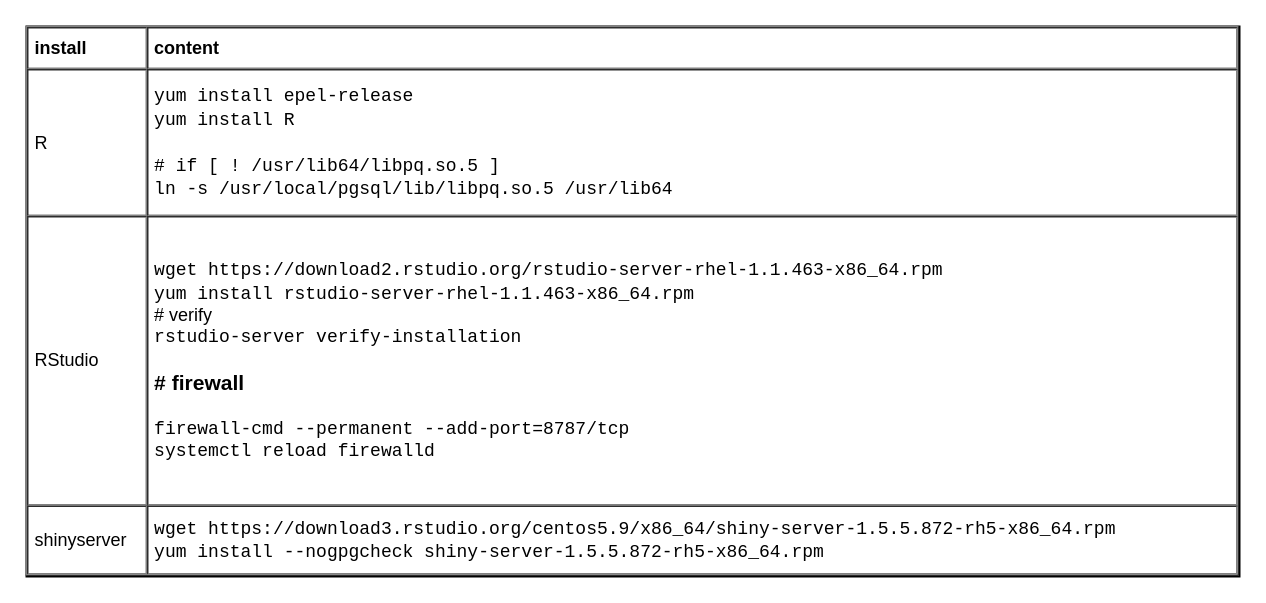
Above: page "Install" (2 of 6) of languages/R/R.drawio in yangdj/tf_docs (draw.io), before the change. Source tidied: cells renumbered, new cells numbered last; positions are measured from the earlier drawing's top-left corner, leaving out a move shared by most shapes. Both pictures are drawn from the tidied source at 150%, with x=0, y=0 at pixel (26, 26).
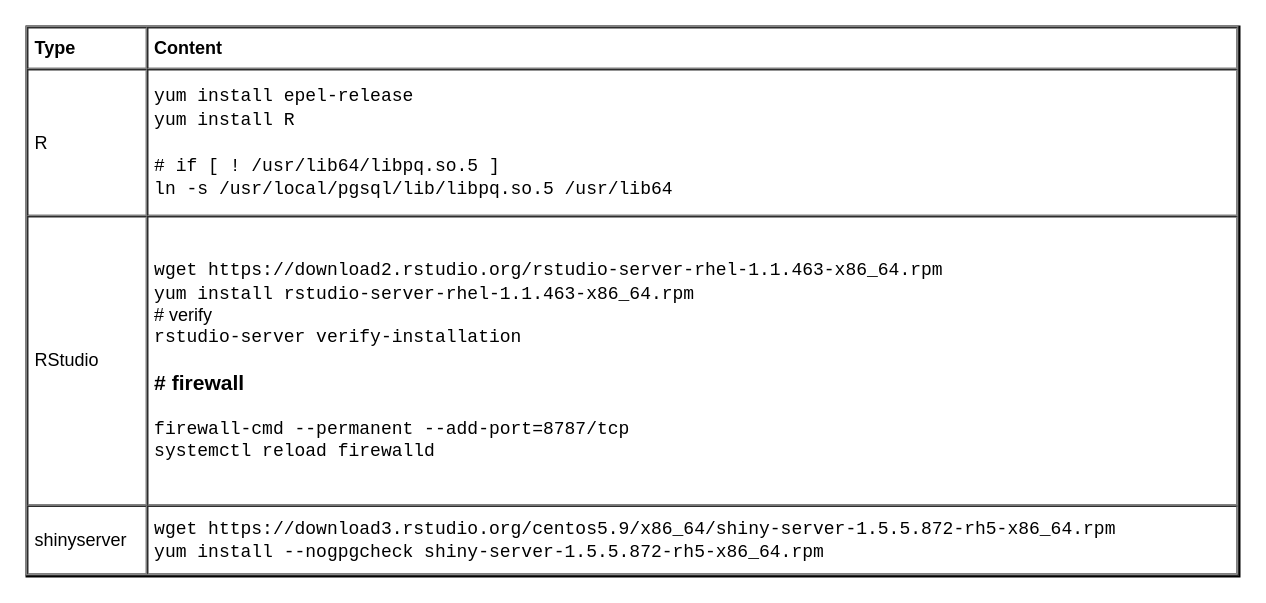
Above is the later version.

Diff of the diagram source:
```diff
@@
 <mxGraphModel>
   <root>
     <mxCell id="0" />
     <mxCell id="1" parent="0" />
-    <mxCell id="2" value="&lt;table cellpadding=&quot;4&quot; cellspacing=&quot;0&quot; border=&quot;1&quot; style=&quot;font-size: 1em ; width: 100% ; height: 100%&quot;&gt;&lt;tbody&gt;&lt;tr&gt;&lt;th&gt;install&lt;/th&gt;&lt;th&gt;content&lt;/th&gt;&lt;/tr&gt;&lt;tr&gt;&lt;td&gt;R&lt;/td&gt;&lt;td&gt;&lt;font face=&quot;Courier New&quot;&gt;yum install epel-release&lt;br&gt;yum install R&lt;br&gt;&lt;br&gt;# if [ ! /usr/lib64/libpq.so.5 ]&lt;br&gt;ln -s /usr/local/pgsql/lib/libpq.so.5 /usr/lib64&lt;/font&gt;&lt;/td&gt;&lt;/tr&gt;&lt;tr&gt;&lt;td&gt;RStudio&lt;/td&gt;&lt;td&gt;&lt;p&gt;&lt;span style=&quot;font-family: &amp;#34;courier new&amp;#34; ; font-size: 1em&quot;&gt;wget https://download2.rstudio.org/rstudio-server-rhel-1.1.463-x86_64.rpm&lt;/span&gt;&lt;br&gt;&lt;span style=&quot;font-family: &amp;#34;courier new&amp;#34; ; font-size: 1em&quot;&gt;yum install rstudio-server-rhel-1.1.463-x86_64.rpm&lt;/span&gt;&lt;br&gt;&lt;span style=&quot;font-size: 1em&quot;&gt;# verify&lt;/span&gt;&lt;br&gt;&lt;span style=&quot;font-family: &amp;#34;courier new&amp;#34; ; font-size: 1em&quot;&gt;rstudio-server verify-installation&lt;/span&gt;&lt;br&gt;&lt;/p&gt;&lt;p&gt;&lt;/p&gt;&lt;p&gt;&lt;/p&gt;&lt;h3&gt;&lt;span style=&quot;font-size: 1em&quot;&gt;# firewall&lt;/span&gt;&lt;/h3&gt;&lt;p&gt;&lt;span style=&quot;font-family: &amp;#34;courier new&amp;#34; ; font-size: 1em&quot;&gt;firewall-cmd --permanent --add-port=8787/tcp&lt;/span&gt;&lt;br&gt;&lt;span style=&quot;font-family: &amp;#34;courier new&amp;#34; ; font-size: 1em&quot;&gt;systemctl reload firewalld&lt;/span&gt;&lt;br&gt;&lt;/p&gt;&lt;p&gt;&lt;/p&gt;&lt;/td&gt;&lt;/tr&gt;&lt;tr&gt;&lt;td&gt;shinyserver&lt;/td&gt;&lt;td&gt;&lt;font face=&quot;Courier New&quot;&gt;wget https://download3.rstudio.org/centos5.9/x86_64/shiny-server-1.5.5.872-rh5-x86_64.rpm&lt;br&gt;yum install --nogpgcheck shiny-server-1.5.5.872-rh5-x86_64.rpm&lt;/font&gt;&lt;br&gt;&lt;/td&gt;&lt;/tr&gt;&lt;/tbody&gt;&lt;/table&gt; " style="verticalAlign=top;align=left;overflow=fill;fontSize=12;fontFamily=Helvetica;html=1;fillColor=none;" parent="1" vertex="1">
+    <mxCell id="2" value="&lt;table cellpadding=&quot;4&quot; cellspacing=&quot;0&quot; border=&quot;1&quot; style=&quot;font-size: 1em ; width: 100% ; height: 100%&quot;&gt;&lt;tbody&gt;&lt;tr&gt;&lt;th&gt;Type&lt;/th&gt;&lt;th&gt;Content&lt;/th&gt;&lt;/tr&gt;&lt;tr&gt;&lt;td&gt;R&lt;/td&gt;&lt;td&gt;&lt;font face=&quot;Courier New&quot;&gt;yum install epel-release&lt;br&gt;yum install R&lt;br&gt;&lt;br&gt;# if [ ! /usr/lib64/libpq.so.5 ]&lt;br&gt;ln -s /usr/local/pgsql/lib/libpq.so.5 /usr/lib64&lt;/font&gt;&lt;/td&gt;&lt;/tr&gt;&lt;tr&gt;&lt;td&gt;RStudio&lt;/td&gt;&lt;td&gt;&lt;p&gt;&lt;span style=&quot;font-family: &amp;#34;courier new&amp;#34; ; font-size: 1em&quot;&gt;wget https://download2.rstudio.org/rstudio-server-rhel-1.1.463-x86_64.rpm&lt;/span&gt;&lt;br&gt;&lt;span style=&quot;font-family: &amp;#34;courier new&amp;#34; ; font-size: 1em&quot;&gt;yum install rstudio-server-rhel-1.1.463-x86_64.rpm&lt;/span&gt;&lt;br&gt;&lt;span style=&quot;font-size: 1em&quot;&gt;# verify&lt;/span&gt;&lt;br&gt;&lt;span style=&quot;font-family: &amp;#34;courier new&amp;#34; ; font-size: 1em&quot;&gt;rstudio-server verify-installation&lt;/span&gt;&lt;br&gt;&lt;/p&gt;&lt;p&gt;&lt;/p&gt;&lt;p&gt;&lt;/p&gt;&lt;h3&gt;&lt;span style=&quot;font-size: 1em&quot;&gt;# firewall&lt;/span&gt;&lt;/h3&gt;&lt;p&gt;&lt;span style=&quot;font-family: &amp;#34;courier new&amp;#34; ; font-size: 1em&quot;&gt;firewall-cmd --permanent --add-port=8787/tcp&lt;/span&gt;&lt;br&gt;&lt;span style=&quot;font-family: &amp;#34;courier new&amp;#34; ; font-size: 1em&quot;&gt;systemctl reload firewalld&lt;/span&gt;&lt;br&gt;&lt;/p&gt;&lt;p&gt;&lt;/p&gt;&lt;/td&gt;&lt;/tr&gt;&lt;tr&gt;&lt;td&gt;shinyserver&lt;/td&gt;&lt;td&gt;&lt;font face=&quot;Courier New&quot;&gt;wget https://download3.rstudio.org/centos5.9/x86_64/shiny-server-1.5.5.872-rh5-x86_64.rpm&lt;br&gt;yum install --nogpgcheck shiny-server-1.5.5.872-rh5-x86_64.rpm&lt;/font&gt;&lt;br&gt;&lt;/td&gt;&lt;/tr&gt;&lt;/tbody&gt;&lt;/table&gt; " style="verticalAlign=top;align=left;overflow=fill;fontSize=12;fontFamily=Helvetica;html=1;fillColor=none;" parent="1" vertex="1">
       <mxGeometry width="809" height="367" as="geometry" />
     </mxCell>
   </root>
 </mxGraphModel>
```
